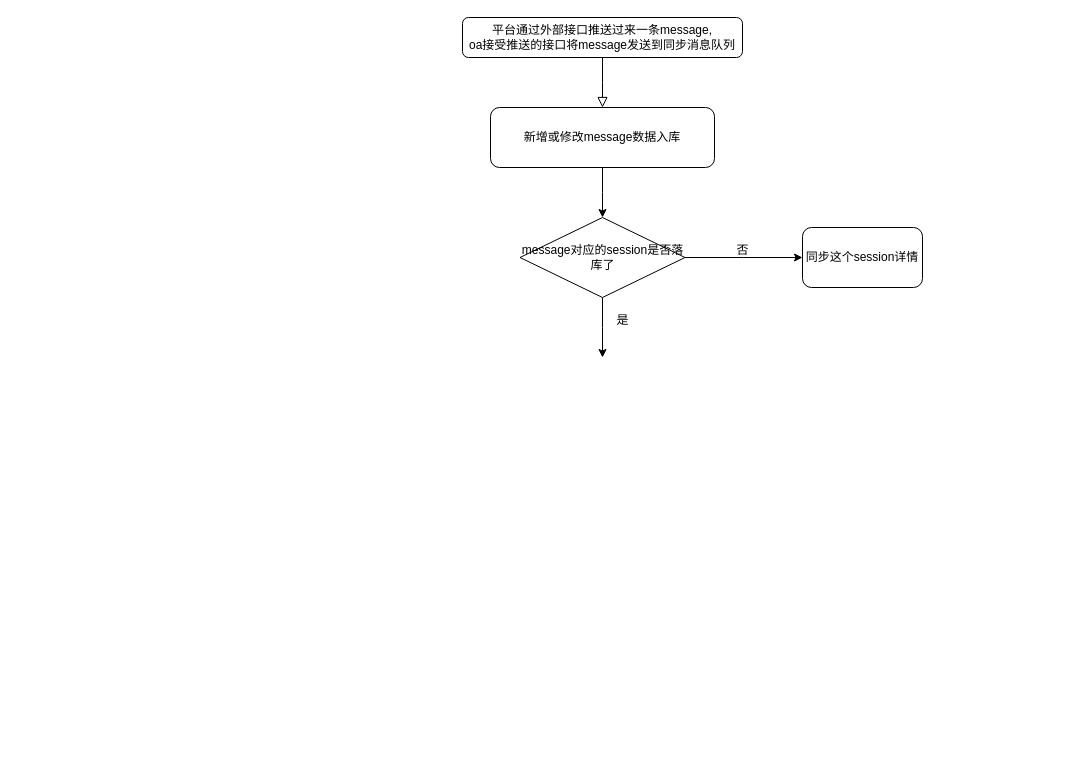
Earlier version of the draw.io diagram daraz chat.drawio (tkbyjb/blog). Source tidied: cells renumbered, new cells numbered last; positions are measured from the earlier drawing's top-left corner, leaving out a move shared by most shapes. Both pictures are drawn from the tidied source at 100%, with x=0, y=0 at pixel (462, 17).
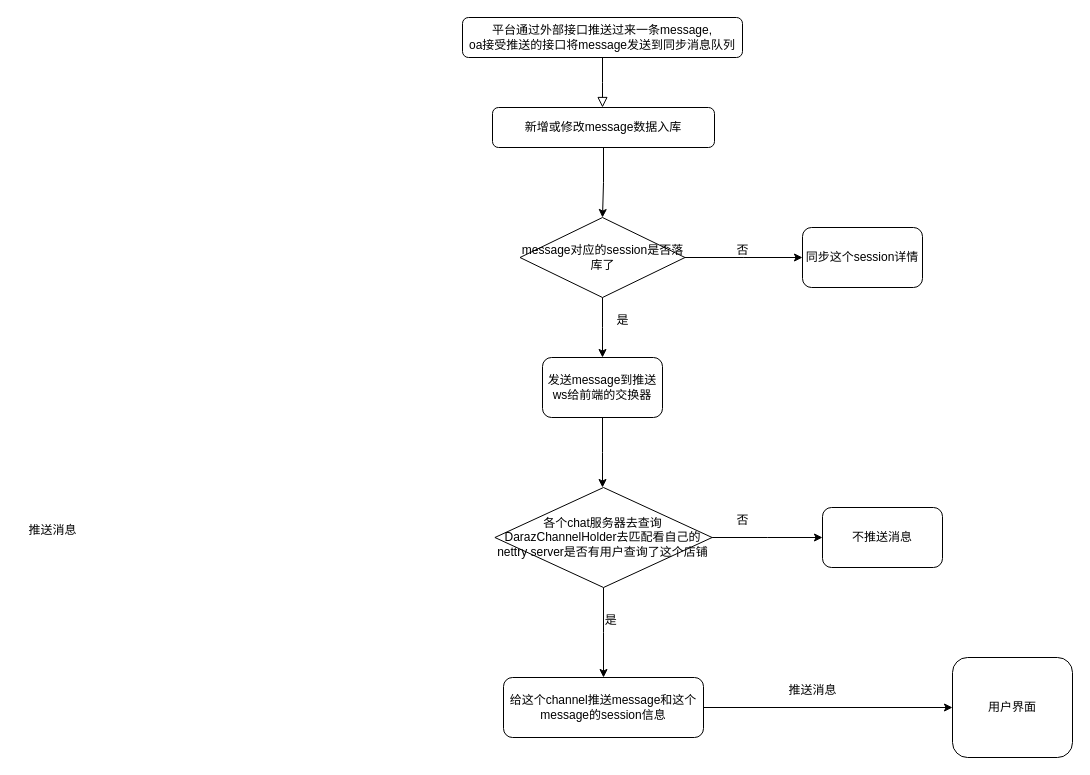
Above is the later version.

Change to the diagram source:
```diff
@@
     <mxCell id="5" value="新增或修改message数据入库" style="rounded=1;whiteSpace=wrap;html=1;fontSize=12;glass=0;strokeWidth=1;shadow=0;" parent="1" vertex="1">
-      <mxGeometry x="28" y="90" width="224" height="60" as="geometry" />
+      <mxGeometry x="30" y="90" width="222" height="40" as="geometry" />
     </mxCell>
@@
+    <mxCell id="12" style="edgeStyle=orthogonalEdgeStyle;rounded=0;jettySize=auto;html=1;" parent="1" edge="1" source="13">
+      <mxGeometry relative="1" as="geometry">
+        <mxPoint x="140" y="470" as="targetPoint" />
+      </mxGeometry>
+    </mxCell>
+    <mxCell id="13" value="发送message到推送ws给前端的交换器" style="rounded=1;whiteSpace=wrap;html=1;" parent="1" vertex="1">
+      <mxGeometry x="80" y="340" width="120" height="60" as="geometry" />
+    </mxCell>
+    <mxCell id="14" style="edgeStyle=orthogonalEdgeStyle;rounded=0;jettySize=auto;html=1;" parent="1" edge="1" source="16">
+      <mxGeometry relative="1" as="geometry">
+        <mxPoint x="141" y="660" as="targetPoint" />
+      </mxGeometry>
+    </mxCell>
+    <mxCell id="15" style="edgeStyle=orthogonalEdgeStyle;rounded=0;jettySize=auto;html=1;" parent="1" edge="1" source="16">
+      <mxGeometry relative="1" as="geometry">
+        <mxPoint x="360" y="520" as="targetPoint" />
+      </mxGeometry>
+    </mxCell>
+    <mxCell id="16" value="各个chat服务器去查询DarazChannelHolder去匹配看自己的nettry server是否有用户查询了这个店铺" style="rhombus;whiteSpace=wrap;html=1;" parent="1" vertex="1">
+      <mxGeometry x="32.4" y="470" width="217.2" height="100" as="geometry" />
+    </mxCell>
+    <mxCell id="17" value="不推送消息" style="rounded=1;whiteSpace=wrap;html=1;" parent="1" vertex="1">
+      <mxGeometry x="360" y="490" width="120" height="60" as="geometry" />
+    </mxCell>
+    <mxCell id="18" value="&amp;nbsp; &amp;nbsp; &amp;nbsp;是" style="text;html=1;align=center;verticalAlign=middle;strokeColor=none;fillColor=none;" parent="1" vertex="1">
+      <mxGeometry x="115" y="588" width="50" height="30" as="geometry" />
+    </mxCell>
+    <mxCell id="19" style="edgeStyle=orthogonalEdgeStyle;rounded=0;jettySize=auto;html=1;entryX=0;entryY=0.5;entryDx=0;entryDy=0;" parent="1" edge="1" source="20" target="22">
+      <mxGeometry relative="1" as="geometry" />
+    </mxCell>
+    <mxCell id="20" value="给这个channel推送message和这个message的session信息" style="rounded=1;whiteSpace=wrap;html=1;" parent="1" vertex="1">
+      <mxGeometry x="41" y="660" width="200" height="60" as="geometry" />
+    </mxCell>
+    <mxCell id="21" value="否" style="text;html=1;align=center;verticalAlign=middle;strokeColor=none;fillColor=none;" parent="1" vertex="1">
+      <mxGeometry x="260" y="488" width="40" height="30" as="geometry" />
+    </mxCell>
+    <mxCell id="22" value="用户界面" style="rounded=1;whiteSpace=wrap;html=1;" parent="1" vertex="1">
+      <mxGeometry x="490" y="640" width="120" height="100" as="geometry" />
+    </mxCell>
+    <mxCell id="23" value="推送消息" style="text;html=1;align=center;verticalAlign=middle;strokeColor=none;fillColor=none;" parent="1" vertex="1">
+      <mxGeometry x="-445" y="498" width="70" height="30" as="geometry" />
+    </mxCell>
+    <mxCell id="24" value="推送消息" style="text;html=1;align=center;verticalAlign=middle;strokeColor=none;fillColor=none;" parent="1" vertex="1">
+      <mxGeometry x="315" y="658" width="70" height="30" as="geometry" />
+    </mxCell>
```
